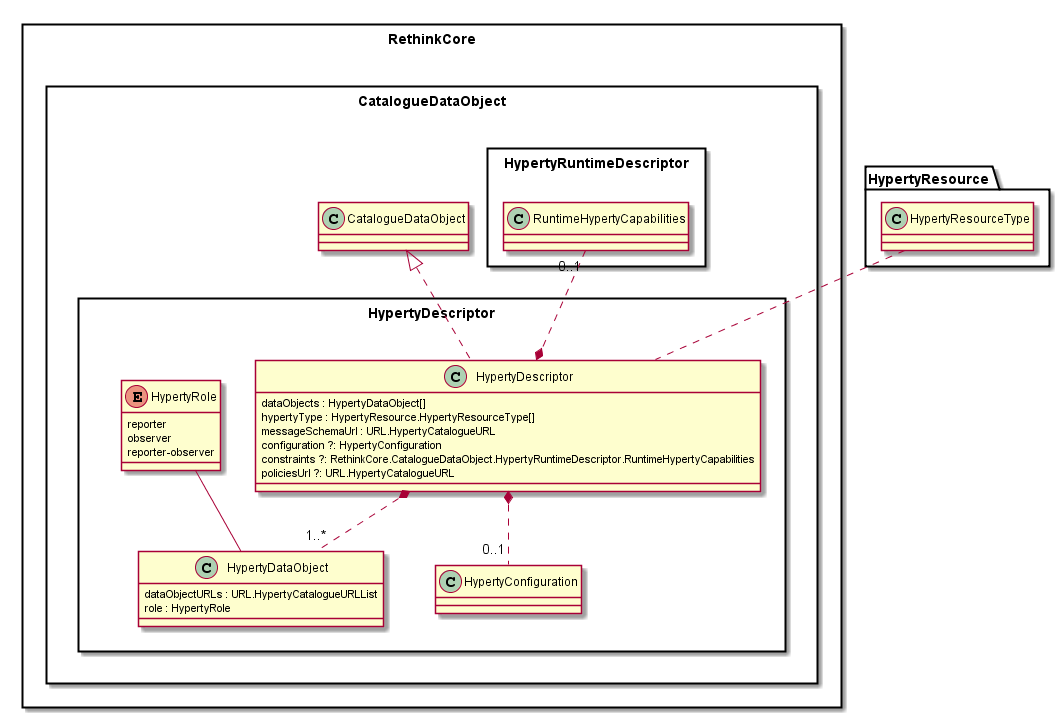
Before: datamodel/core/hyperty-catalogue/Hyperty-Descriptor-Data-Object-Model.png, a diagram exported from PlantUML (reTHINK-project/specs).
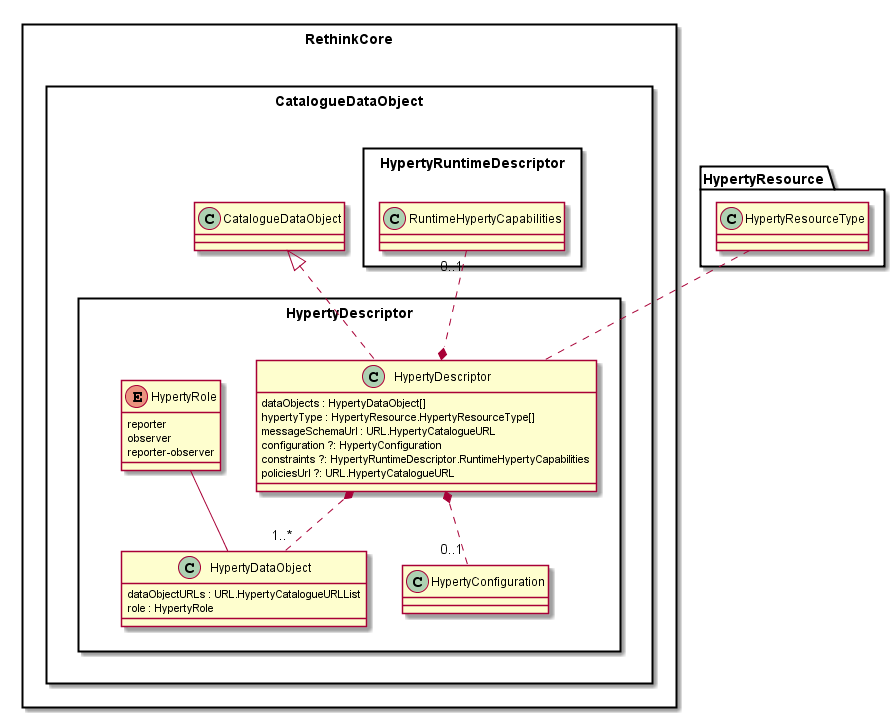
Above is the later version.

Commit message:
minor fixes in the data model

Change to the diagram source:
```diff
@@ -14,7 +14,7 @@
 				hypertyType : HypertyResource.HypertyResourceType[]
 				messageSchemaUrl : URL.HypertyCatalogueURL
 				configuration ?: HypertyConfiguration
-				constraints ?: RethinkCore.CatalogueDataObject.HypertyRuntimeDescriptor.RuntimeHypertyCapabilities
+				constraints ?: HypertyRuntimeDescriptor.RuntimeHypertyCapabilities
 				policiesUrl ?: URL.HypertyCatalogueURL
 			}
 
```
